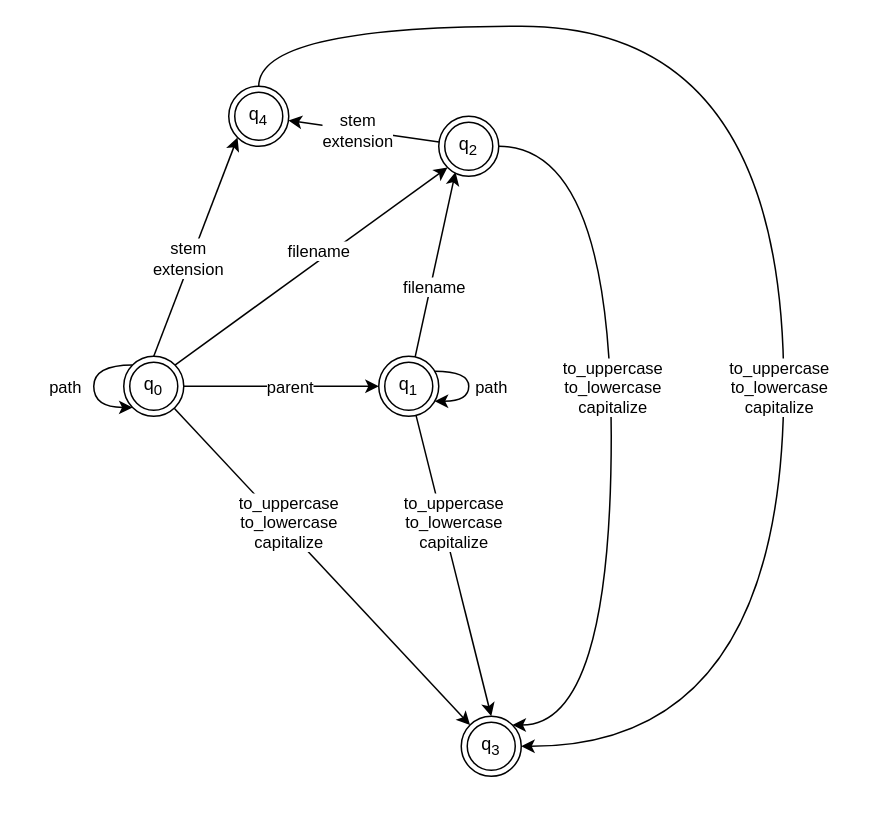
The draw.io diagram organize_core/src/string/placeholder_fsa.drawio in cbr9/organizer, before the edit. Source tidied: cells renumbered, new cells numbered last; positions are measured from the earlier drawing's top-left corner, leaving out a move shared by most shapes. Both pictures are drawn from the tidied source at 150%, with x=0, y=0 at pixel (93, 26).
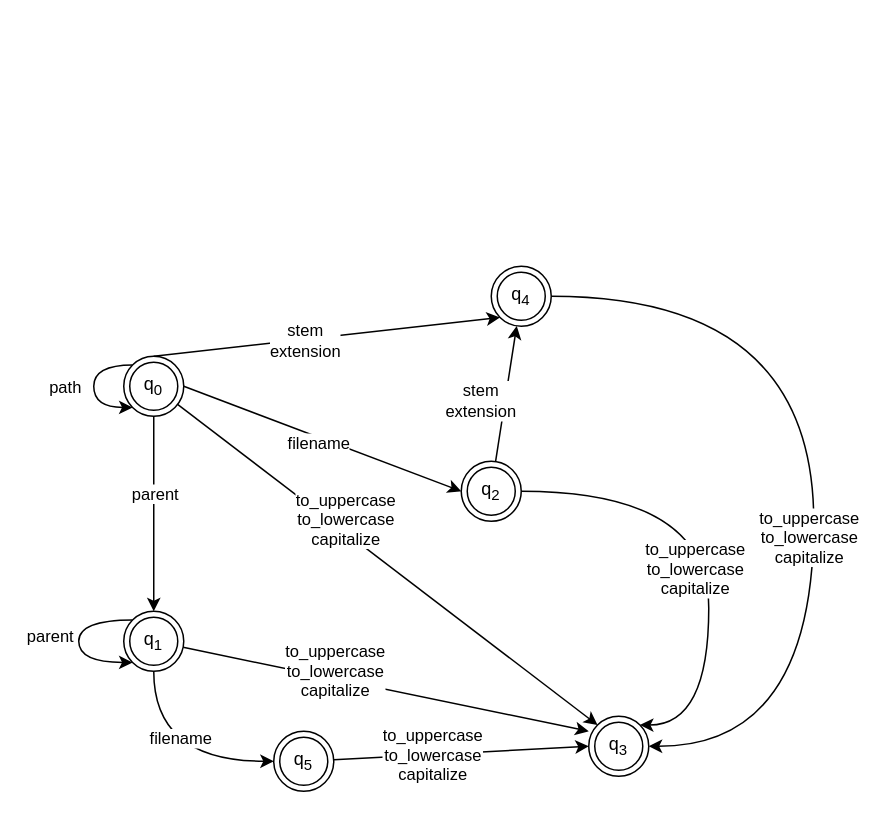
The same page after the edit.

Commit message (it also covers changes not shown here):
fixed an issue in the validating FSA that allowed an input such as parent.filename.extension (folders don't have extensions)

The change refers to these unchanged cells:
```xml
<mxCell id="8" style="rounded=0;jettySize=auto;html=1;endArrow=classic;endFill=1;exitX=0.5;exitY=0;exitDx=0;exitDy=0;entryX=0;entryY=1;entryDx=0;entryDy=0;" parent="1" edge="1" source="12" target="28">
  <mxGeometry relative="1" as="geometry" />
</mxCell>
<mxCell id="12" value="q&lt;sub&gt;0&lt;/sub&gt;" style="ellipse;shape=doubleEllipse;whiteSpace=wrap;html=1;perimeterSpacing=0;shadow=0;spacing=2;" parent="1" vertex="1">
  <mxGeometry x="20" y="220" width="40" height="40" as="geometry" />
</mxCell>
```

Change to the diagram source:
```diff
@@
-    <mxCell id="4" style="edgeStyle=orthogonalEdgeStyle;curved=1;rounded=0;jettySize=auto;html=1;entryX=0;entryY=0.5;entryDx=0;entryDy=0;" parent="1" edge="1" source="12" target="19">
-      <mxGeometry relative="1" as="geometry">
-        <Array as="points">
-          <mxPoint x="70" y="240" />
-          <mxPoint x="70" y="240" />
-        </Array>
-      </mxGeometry>
-    </mxCell>
-    <mxCell id="5" value="parent" style="edgeLabel;html=1;align=center;verticalAlign=middle;" parent="4" vertex="1">
-      <mxGeometry x="-0.27" y="2" relative="1" as="geometry">
-        <mxPoint x="23" y="2" as="offset" />
-      </mxGeometry>
-    </mxCell>
-    <mxCell id="6" style="rounded=0;jettySize=auto;html=1;entryX=0;entryY=1;entryDx=0;entryDy=0;endArrow=classic;endFill=1;exitX=1;exitY=0;exitDx=0;exitDy=0;" parent="1" edge="1" source="12" target="24">
+    <mxCell id="6" style="rounded=0;jettySize=auto;html=1;entryX=0;entryY=0.5;entryDx=0;entryDy=0;endArrow=classic;endFill=1;exitX=1;exitY=0.5;exitDx=0;exitDy=0;" parent="1" edge="1" source="12" target="24">
       <mxGeometry relative="1" as="geometry" />
     </mxCell>
@@
     <mxCell id="9" value="stem&lt;br&gt;extension" style="edgeLabel;html=1;align=center;verticalAlign=middle;" parent="8" vertex="1">
       <mxGeometry x="-0.06" y="-8" relative="1" as="geometry">
-        <mxPoint x="-11" as="offset" />
+        <mxPoint x="-9" y="-6" as="offset" />
       </mxGeometry>
     </mxCell>
@@
+    <mxCell id="4" style="edgeStyle=orthogonalEdgeStyle;rounded=0;jettySize=auto;html=1;entryX=0.5;entryY=0;entryDx=0;entryDy=0;" parent="1" edge="1" source="12" target="19">
+      <mxGeometry relative="1" as="geometry" />
+    </mxCell>
+    <mxCell id="29" value="parent" style="edgeLabel;html=1;align=center;verticalAlign=middle;" parent="4" vertex="1">
+      <mxGeometry x="-0.22" relative="1" as="geometry" />
+    </mxCell>
@@
-    <mxCell id="13" style="edgeStyle=none;rounded=1;sketch=0;jettySize=auto;html=1;entryX=0.279;entryY=0.929;entryDx=0;entryDy=0;entryPerimeter=0;" parent="1" edge="1" source="19" target="24">
-      <mxGeometry relative="1" as="geometry" />
-    </mxCell>
-    <mxCell id="14" value="filename" style="edgeLabel;html=1;align=center;verticalAlign=middle;" parent="13" vertex="1">
-      <mxGeometry x="-0.23" y="-2" relative="1" as="geometry" />
-    </mxCell>
-    <mxCell id="15" style="edgeStyle=none;rounded=1;sketch=0;jettySize=auto;html=1;entryX=0.5;entryY=0;entryDx=0;entryDy=0;" parent="1" edge="1" source="19" target="25">
-      <mxGeometry relative="1" as="geometry" />
-    </mxCell>
-    <mxCell id="16" value="to_uppercase&lt;br&gt;to_lowercase&lt;br&gt;capitalize" style="edgeLabel;html=1;align=center;verticalAlign=middle;" parent="15" vertex="1">
-      <mxGeometry x="-0.37" relative="1" as="geometry">
-        <mxPoint x="9" y="8" as="offset" />
-      </mxGeometry>
-    </mxCell>
-    <mxCell id="17" style="edgeStyle=orthogonalEdgeStyle;curved=1;rounded=1;sketch=0;orthogonalLoop=1;jettySize=auto;html=1;" parent="1" edge="1" source="19" target="19">
-      <mxGeometry relative="1" as="geometry" />
-    </mxCell>
-    <mxCell id="18" value="path" style="edgeLabel;html=1;align=center;verticalAlign=middle;" parent="17" vertex="1">
-      <mxGeometry x="0.5" y="2" relative="1" as="geometry">
-        <mxPoint x="21" y="-12" as="offset" />
-      </mxGeometry>
-    </mxCell>
-    <mxCell id="19" value="q&lt;sub&gt;1&lt;/sub&gt;" style="ellipse;shape=doubleEllipse;whiteSpace=wrap;html=1;perimeterSpacing=0;shadow=0;spacing=2;" parent="1" vertex="1">
-      <mxGeometry x="190" y="220" width="40" height="40" as="geometry" />
-    </mxCell>
@@
     <mxCell id="22" style="edgeStyle=orthogonalEdgeStyle;rounded=1;sketch=0;jettySize=auto;html=1;entryX=1;entryY=0;entryDx=0;entryDy=0;exitX=1;exitY=0.5;exitDx=0;exitDy=0;curved=1;" parent="1" edge="1" source="24" target="25">
       <mxGeometry relative="1" as="geometry">
         <Array as="points">
-          <mxPoint x="345" y="80" />
-          <mxPoint x="345" y="466" />
+          <mxPoint x="410" y="310" />
+          <mxPoint x="410" y="466" />
         </Array>
       </mxGeometry>
     </mxCell>
     <mxCell id="23" value="to_uppercase&lt;br&gt;to_lowercase&lt;br&gt;capitalize" style="edgeLabel;html=1;align=center;verticalAlign=middle;" parent="22" vertex="1">
       <mxGeometry x="-0.16" relative="1" as="geometry">
-        <mxPoint y="14" as="offset" />
+        <mxPoint x="-10" y="39" as="offset" />
       </mxGeometry>
     </mxCell>
     <mxCell id="24" value="q&lt;sub&gt;2&lt;/sub&gt;" style="ellipse;shape=doubleEllipse;whiteSpace=wrap;html=1;perimeterSpacing=0;shadow=0;spacing=2;" parent="1" vertex="1">
-      <mxGeometry x="230" y="60" width="40" height="40" as="geometry" />
+      <mxGeometry x="245" y="290" width="40" height="40" as="geometry" />
     </mxCell>
     <mxCell id="25" value="q&lt;sub&gt;3&lt;/sub&gt;" style="ellipse;shape=doubleEllipse;whiteSpace=wrap;html=1;perimeterSpacing=0;shadow=0;spacing=2;" parent="1" vertex="1">
-      <mxGeometry x="245" y="460" width="40" height="40" as="geometry" />
+      <mxGeometry x="330" y="460" width="40" height="40" as="geometry" />
     </mxCell>
-    <mxCell id="26" style="edgeStyle=orthogonalEdgeStyle;rounded=1;sketch=0;jettySize=auto;html=1;curved=1;entryX=1;entryY=0.5;entryDx=0;entryDy=0;" parent="1" edge="1" source="28" target="25">
+    <mxCell id="26" style="edgeStyle=orthogonalEdgeStyle;rounded=1;sketch=0;jettySize=auto;html=1;curved=1;entryX=1;entryY=0.5;entryDx=0;entryDy=0;exitX=1;exitY=0.5;exitDx=0;exitDy=0;" parent="1" edge="1" source="28" target="25">
       <mxGeometry relative="1" as="geometry">
         <Array as="points">
-          <mxPoint x="110" />
-          <mxPoint x="460" />
-          <mxPoint x="460" y="480" />
+          <mxPoint x="480" y="180" />
+          <mxPoint x="480" y="480" />
         </Array>
       </mxGeometry>
     </mxCell>
@@
     <mxCell id="28" value="q&lt;sub&gt;4&lt;/sub&gt;" style="ellipse;shape=doubleEllipse;whiteSpace=wrap;html=1;perimeterSpacing=0;shadow=0;spacing=2;" parent="1" vertex="1">
-      <mxGeometry x="90" y="40" width="40" height="40" as="geometry" />
+      <mxGeometry x="265" y="160" width="40" height="40" as="geometry" />
     </mxCell>
+    <mxCell id="17" style="edgeStyle=orthogonalEdgeStyle;rounded=0;orthogonalLoop=1;jettySize=auto;html=1;curved=1;entryX=0;entryY=1;entryDx=0;entryDy=0;exitX=0;exitY=0;exitDx=0;exitDy=0;" parent="1" edge="1" source="19" target="19">
+      <mxGeometry relative="1" as="geometry">
+        <Array as="points">
+          <mxPoint x="-10" y="396" />
+          <mxPoint x="-10" y="424" />
+        </Array>
+      </mxGeometry>
+    </mxCell>
+    <mxCell id="30" value="parent" style="edgeLabel;html=1;align=center;verticalAlign=middle;" parent="17" vertex="1">
+      <mxGeometry x="0.18" relative="1" as="geometry">
+        <mxPoint x="-20" y="-13" as="offset" />
+      </mxGeometry>
+    </mxCell>
+    <mxCell id="31" style="edgeStyle=orthogonalEdgeStyle;curved=1;rounded=0;jettySize=auto;html=1;entryX=0;entryY=0.5;entryDx=0;entryDy=0;" parent="1" edge="1" source="19" target="35">
+      <mxGeometry relative="1" as="geometry">
+        <Array as="points">
+          <mxPoint x="40" y="490" />
+        </Array>
+      </mxGeometry>
+    </mxCell>
+    <mxCell id="14" value="filename" style="edgeLabel;html=1;align=center;verticalAlign=middle;" parent="31" vertex="1">
+      <mxGeometry x="0.1" y="16" relative="1" as="geometry" />
+    </mxCell>
+    <mxCell id="15" style="rounded=0;jettySize=auto;html=1;entryX=0;entryY=0.25;entryDx=0;entryDy=0;entryPerimeter=0;" parent="1" edge="1" source="19" target="25">
+      <mxGeometry relative="1" as="geometry" />
+    </mxCell>
+    <mxCell id="32" value="to_uppercase&lt;br&gt;to_lowercase&lt;br&gt;capitalize" style="edgeLabel;html=1;align=center;verticalAlign=middle;" parent="15" vertex="1">
+      <mxGeometry x="-0.4" y="-2" relative="1" as="geometry">
+        <mxPoint x="20" y="-3" as="offset" />
+      </mxGeometry>
+    </mxCell>
+    <mxCell id="19" value="q&lt;sub&gt;1&lt;/sub&gt;" style="ellipse;shape=doubleEllipse;whiteSpace=wrap;html=1;" parent="1" vertex="1">
+      <mxGeometry x="20" y="390" width="40" height="40" as="geometry" />
+    </mxCell>
+    <mxCell id="33" style="rounded=0;jettySize=auto;html=1;entryX=0;entryY=0.5;entryDx=0;entryDy=0;" parent="1" edge="1" source="35" target="25">
+      <mxGeometry relative="1" as="geometry" />
+    </mxCell>
+    <mxCell id="34" value="to_uppercase&lt;br&gt;to_lowercase&lt;br&gt;capitalize" style="edgeLabel;html=1;align=center;verticalAlign=middle;" parent="33" vertex="1">
+      <mxGeometry x="-0.23" relative="1" as="geometry" />
+    </mxCell>
+    <mxCell id="35" value="q&lt;sub&gt;5&lt;/sub&gt;" style="ellipse;shape=doubleEllipse;whiteSpace=wrap;html=1;" parent="1" vertex="1">
+      <mxGeometry x="120" y="470" width="40" height="40" as="geometry" />
+    </mxCell>
```
